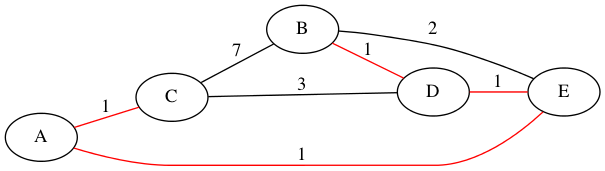
Earlier version of the Graphviz export tips/graph/minimum_spanning_tree_2.png (boostjp/image). Its source is kept beside it as tips/graph/src/minimum_spanning_tree_2.dot.
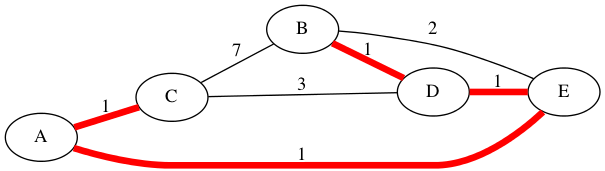
The same diagram one commit later.

Commit message:
グラフ ： 最小全域木の画像を、色覚異常を考慮して、色ではなく辺の太さで識別できるようにした。

Diff of the diagram source:
```diff
@@ -5,11 +5,11 @@
 2[label=C];
 3[label=D];
 4[label=E];
-0--2[label=1, color=red];
-1--3[label=1, color=red];
+0--2[label=1, penwidth=5 color=red];
+1--3[label=1, penwidth=5, color=red];
 1--4[label=2];
 2--1[label=7];
 2--3[label=3];
-3--4[label=1, color=red];
-4--0[label=1, color=red];
+3--4[label=1, penwidth=5, color=red];
+4--0[label=1, penwidth=5, color=red];
 }
```
